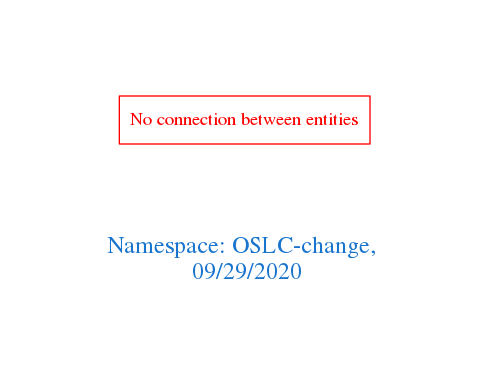
Earlier version of the Graphviz export downloads/OSLC-change.png (arago/OGIT). Its source is kept beside it as downloads/OSLC-change.dot.
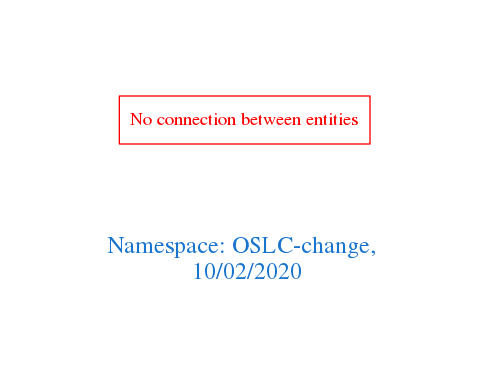
After the change.

What changed in the source:
```diff
@@ -1,7 +1,7 @@
 digraph OGIT_ontology {
  graph [ rankdir= LR,pad=1
 fontsize = 18,
-fontcolor= dodgerblue3,label = "\n\n\nNamespace: OSLC-change, \n 09/29/2020"];
+fontcolor= dodgerblue3,label = "\n\n\nNamespace: OSLC-change, \n 10/02/2020"];
 node[shape=polygon];
 edge [  color="gray81"];
 
```
